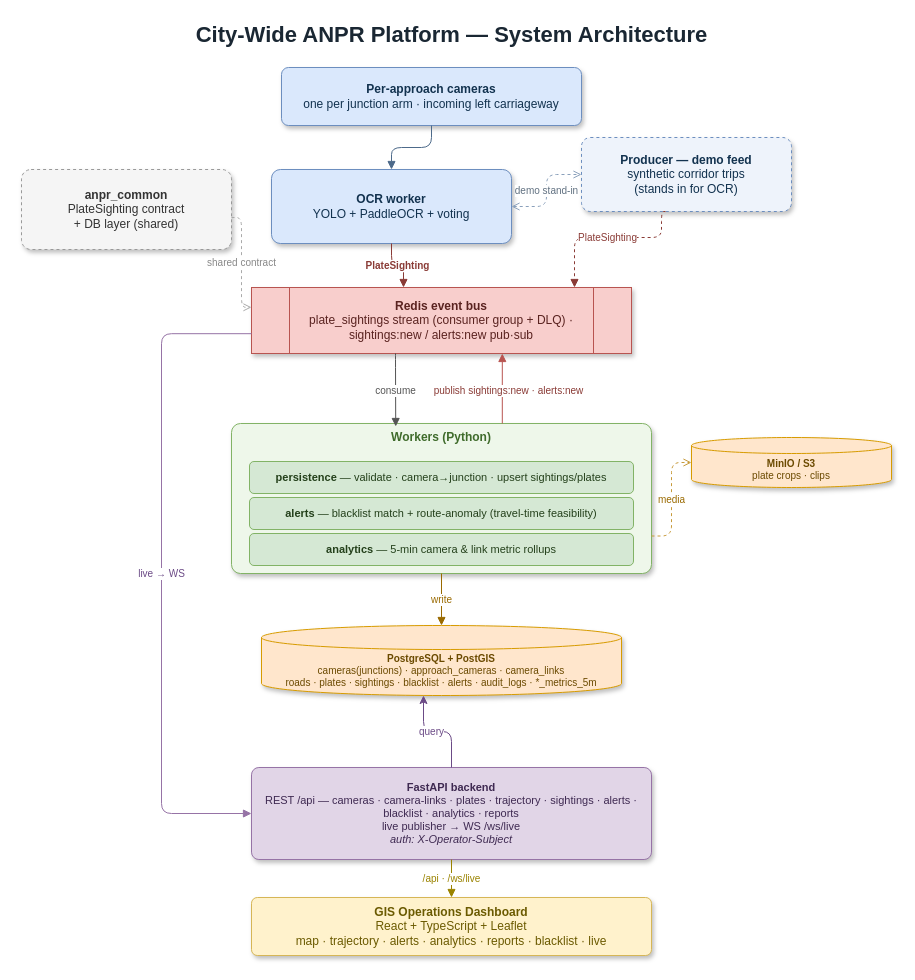
Earlier version of the draw.io diagram docs/architecture.drawio (AadityaKhurana/sih-internal-round). Source tidied: cells renumbered, new cells numbered last; positions are measured from the earlier drawing's top-left corner, leaving out a move shared by most shapes. Both pictures are drawn from the tidied source at 100%, with x=0, y=0 at pixel (21, 17).
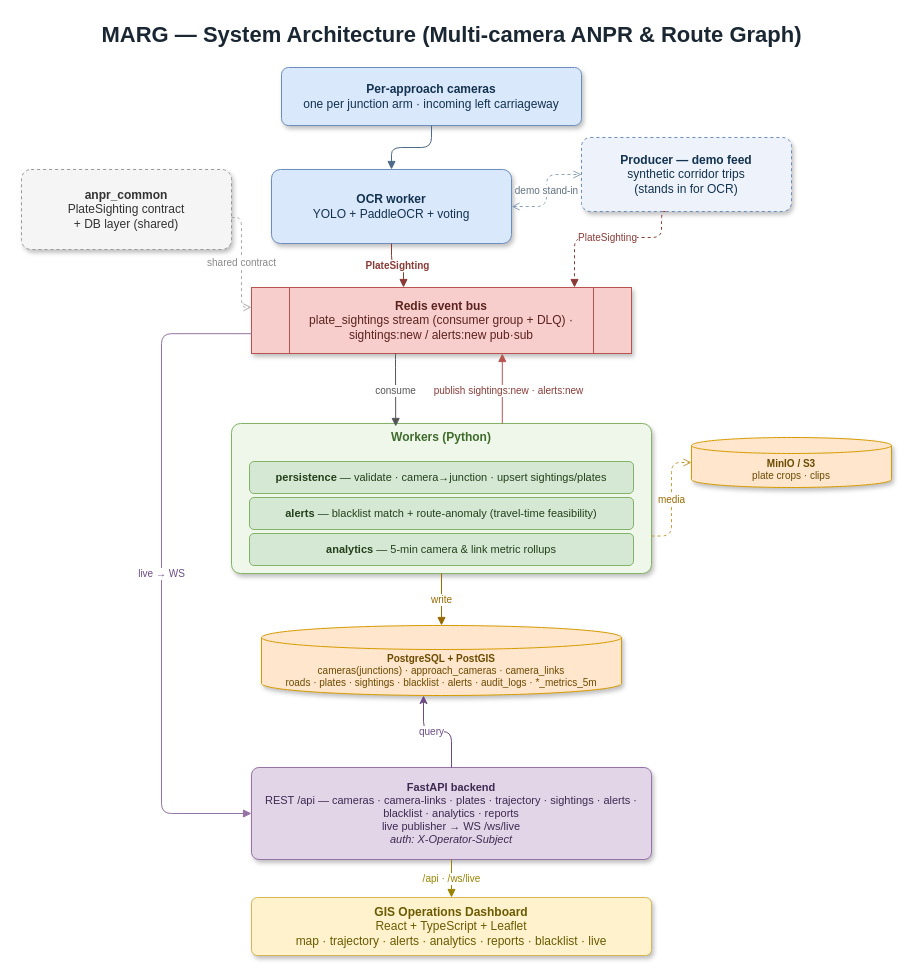
Above is the later version.

Commit message (it also covers changes not shown here):
docs: set MARG as the project title across README, architecture, demo-script, and the draw.io diagram title

What changed in the source:
```diff
@@
-    <mxCell id="2" value="City-Wide ANPR Platform — System Architecture" style="text;html=1;align=center;verticalAlign=middle;fontSize=22;fontStyle=1;fontColor=#1a2733;" parent="1" vertex="1">
+    <mxCell id="2" value="MARG — System Architecture (Multi-camera ANPR &amp; Route Graph)" style="text;html=1;align=center;verticalAlign=middle;fontSize=22;fontStyle=1;fontColor=#1a2733;" parent="1" vertex="1">
       <mxGeometry x="120" width="620" height="36" as="geometry" />
     </mxCell>
```
